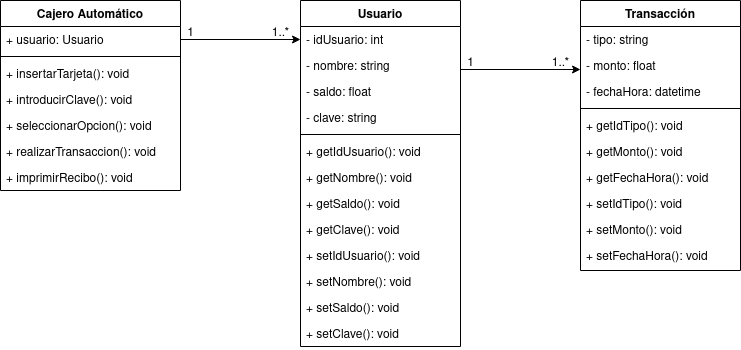
Above: diagramas/tarea6 (cajero automatico)/diagrama_clase_cajero_automatico.png in Chugani05/entorno_de_desarrollo (draw.io), before the change. Source tidied: cells renumbered, new cells last; positions are measured from the earlier drawing's top-left corner, leaving out a move shared by most shapes. Its diagram source:
```xml
<mxGraphModel>
  <root>
    <mxCell id="0" />
    <mxCell id="1" parent="0" />
    <mxCell id="2" value="Cajero Automático" style="swimlane;fontStyle=1;align=center;verticalAlign=top;horizontal=1;startSize=26;rounded=0;shadow=0;strokeWidth=1;" parent="1" vertex="1">
      <mxGeometry width="180" height="190" as="geometry" />
    </mxCell>
    <mxCell id="3" value="+ usuario: Usuario" style="text;align=left;verticalAlign=top;spacingLeft=4;spacingRight=4;overflow=hidden;points=[[0,0.5],[1,0.5]];portConstraint=eastwest;" parent="2" vertex="1">
      <mxGeometry y="26" width="180" height="26" as="geometry" />
    </mxCell>
    <mxCell id="4" style="line;html=1;strokeWidth=1;align=left;verticalAlign=middle;spacingTop=-1;spacingLeft=3;spacingRight=3;labelPosition=right;" parent="2" vertex="1">
      <mxGeometry y="52" width="180" height="8" as="geometry" />
    </mxCell>
    <mxCell id="5" value="+ insertarTarjeta(): void" style="text;align=left;verticalAlign=top;spacingLeft=4;spacingRight=4;overflow=hidden;" parent="2" vertex="1">
      <mxGeometry y="60" width="180" height="26" as="geometry" />
    </mxCell>
    <mxCell id="6" value="+ introducirClave(): void" style="text;align=left;verticalAlign=top;spacingLeft=4;spacingRight=4;overflow=hidden;" parent="2" vertex="1">
      <mxGeometry y="86" width="180" height="26" as="geometry" />
    </mxCell>
    <mxCell id="7" value="+ seleccionarOpcion(): void" style="text;align=left;verticalAlign=top;spacingLeft=4;spacingRight=4;overflow=hidden;" parent="2" vertex="1">
      <mxGeometry y="112" width="180" height="26" as="geometry" />
    </mxCell>
    <mxCell id="8" value="+ realizarTransaccion(): void" style="text;align=left;verticalAlign=top;spacingLeft=4;spacingRight=4;overflow=hidden;" parent="2" vertex="1">
      <mxGeometry y="138" width="180" height="26" as="geometry" />
    </mxCell>
    <mxCell id="9" value="+ imprimirRecibo(): void" style="text;align=left;verticalAlign=top;spacingLeft=4;spacingRight=4;overflow=hidden;" parent="2" vertex="1">
      <mxGeometry y="164" width="180" height="26" as="geometry" />
    </mxCell>
    <mxCell id="10" value="Usuario" style="swimlane;fontStyle=1;align=center;verticalAlign=top;horizontal=1;startSize=26;rounded=0;shadow=0;strokeWidth=1;" parent="1" vertex="1">
      <mxGeometry x="300" width="160" height="346" as="geometry" />
    </mxCell>
    <mxCell id="11" value="- idUsuario: int" style="text;align=left;verticalAlign=top;spacingLeft=4;spacingRight=4;overflow=hidden;points=[[0,0.5],[1,0.5]];portConstraint=eastwest;" parent="10" vertex="1">
      <mxGeometry y="26" width="160" height="26" as="geometry" />
    </mxCell>
    <mxCell id="12" value="- nombre: string" style="text;align=left;verticalAlign=top;spacingLeft=4;spacingRight=4;overflow=hidden;rounded=0;shadow=0;html=0;" parent="10" vertex="1">
      <mxGeometry y="52" width="160" height="26" as="geometry" />
    </mxCell>
    <mxCell id="13" value="- saldo: float" style="text;align=left;verticalAlign=top;spacingLeft=4;spacingRight=4;overflow=hidden;rounded=0;shadow=0;html=0;" parent="10" vertex="1">
      <mxGeometry y="78" width="160" height="26" as="geometry" />
    </mxCell>
    <mxCell id="14" value="- clave: string" style="text;align=left;verticalAlign=top;spacingLeft=4;spacingRight=4;overflow=hidden;" parent="10" vertex="1">
      <mxGeometry y="104" width="160" height="26" as="geometry" />
    </mxCell>
    <mxCell id="15" style="line;html=1;strokeWidth=1;align=left;verticalAlign=middle;spacingTop=-1;spacingLeft=3;spacingRight=3;labelPosition=right;" parent="10" vertex="1">
      <mxGeometry y="130" width="160" height="8" as="geometry" />
    </mxCell>
    <mxCell id="16" value="+ getIdUsuario(): void" style="text;align=left;verticalAlign=top;spacingLeft=4;spacingRight=4;overflow=hidden;" parent="10" vertex="1">
      <mxGeometry y="138" width="160" height="26" as="geometry" />
    </mxCell>
    <mxCell id="17" value="+ getNombre(): void" style="text;align=left;verticalAlign=top;spacingLeft=4;spacingRight=4;overflow=hidden;rounded=0;shadow=0;html=0;" parent="10" vertex="1">
      <mxGeometry y="164" width="160" height="26" as="geometry" />
    </mxCell>
    <mxCell id="18" value="+ getSaldo(): void" style="text;align=left;verticalAlign=top;spacingLeft=4;spacingRight=4;overflow=hidden;" parent="10" vertex="1">
      <mxGeometry y="190" width="160" height="26" as="geometry" />
    </mxCell>
    <mxCell id="19" value="+ getClave(): void" style="text;align=left;verticalAlign=top;spacingLeft=4;spacingRight=4;overflow=hidden;" parent="10" vertex="1">
      <mxGeometry y="216" width="160" height="26" as="geometry" />
    </mxCell>
    <mxCell id="20" value="+ setIdUsuario(): void" style="text;align=left;verticalAlign=top;spacingLeft=4;spacingRight=4;overflow=hidden;rounded=0;shadow=0;html=0;" parent="10" vertex="1">
      <mxGeometry y="242" width="160" height="26" as="geometry" />
    </mxCell>
    <mxCell id="21" value="+ setNombre(): void" style="text;align=left;verticalAlign=top;spacingLeft=4;spacingRight=4;overflow=hidden;" parent="10" vertex="1">
      <mxGeometry y="268" width="160" height="26" as="geometry" />
    </mxCell>
    <mxCell id="22" value="+ setSaldo(): void" style="text;align=left;verticalAlign=top;spacingLeft=4;spacingRight=4;overflow=hidden;" parent="10" vertex="1">
      <mxGeometry y="294" width="160" height="26" as="geometry" />
    </mxCell>
    <mxCell id="23" value="+ setClave(): void" style="text;align=left;verticalAlign=top;spacingLeft=4;spacingRight=4;overflow=hidden;" parent="10" vertex="1">
      <mxGeometry y="320" width="160" height="26" as="geometry" />
    </mxCell>
    <mxCell id="24" style="edgeStyle=orthogonalEdgeStyle;rounded=0;jettySize=auto;html=1;exitX=1;exitY=0.5;exitDx=0;exitDy=0;" parent="1" edge="1" source="3" target="11">
      <mxGeometry relative="1" as="geometry" />
    </mxCell>
    <mxCell id="25" value="1" style="text;html=1;align=center;verticalAlign=middle;strokeColor=none;fillColor=none;" parent="1" vertex="1">
      <mxGeometry x="175" y="18" width="30" height="30" as="geometry" />
    </mxCell>
    <mxCell id="26" value="1..*" style="text;html=1;align=center;verticalAlign=middle;strokeColor=none;fillColor=none;" parent="1" vertex="1">
      <mxGeometry x="260" y="18" width="40" height="30" as="geometry" />
    </mxCell>
    <mxCell id="27" value="Transacción" style="swimlane;fontStyle=1;align=center;verticalAlign=top;horizontal=1;startSize=26;rounded=0;shadow=0;strokeWidth=1;" parent="1" vertex="1">
      <mxGeometry x="580" width="160" height="270" as="geometry" />
    </mxCell>
    <mxCell id="28" value="- tipo: string" style="text;align=left;verticalAlign=top;spacingLeft=4;spacingRight=4;overflow=hidden;rounded=0;shadow=0;html=0;" parent="27" vertex="1">
      <mxGeometry y="26" width="160" height="26" as="geometry" />
    </mxCell>
    <mxCell id="29" value="- monto: float" style="text;align=left;verticalAlign=top;spacingLeft=4;spacingRight=4;overflow=hidden;rounded=0;shadow=0;html=0;" parent="27" vertex="1">
      <mxGeometry y="52" width="160" height="26" as="geometry" />
    </mxCell>
    <mxCell id="30" value="- fechaHora: datetime" style="text;align=left;verticalAlign=top;spacingLeft=4;spacingRight=4;overflow=hidden;" parent="27" vertex="1">
      <mxGeometry y="78" width="160" height="26" as="geometry" />
    </mxCell>
    <mxCell id="31" style="line;html=1;strokeWidth=1;align=left;verticalAlign=middle;spacingTop=-1;spacingLeft=3;spacingRight=3;labelPosition=right;" parent="27" vertex="1">
      <mxGeometry y="104" width="160" height="8" as="geometry" />
    </mxCell>
    <mxCell id="32" value="+ getIdTipo(): void" style="text;align=left;verticalAlign=top;spacingLeft=4;spacingRight=4;overflow=hidden;" parent="27" vertex="1">
      <mxGeometry y="112" width="160" height="26" as="geometry" />
    </mxCell>
    <mxCell id="33" value="+ getMonto(): void" style="text;align=left;verticalAlign=top;spacingLeft=4;spacingRight=4;overflow=hidden;rounded=0;shadow=0;html=0;" parent="27" vertex="1">
      <mxGeometry y="138" width="160" height="26" as="geometry" />
    </mxCell>
    <mxCell id="34" value="+ getFechaHora(): void" style="text;align=left;verticalAlign=top;spacingLeft=4;spacingRight=4;overflow=hidden;" parent="27" vertex="1">
      <mxGeometry y="164" width="160" height="26" as="geometry" />
    </mxCell>
    <mxCell id="35" value="+ setIdTipo(): void" style="text;align=left;verticalAlign=top;spacingLeft=4;spacingRight=4;overflow=hidden;rounded=0;shadow=0;html=0;" parent="27" vertex="1">
      <mxGeometry y="190" width="160" height="26" as="geometry" />
    </mxCell>
    <mxCell id="36" value="+ setMonto(): void" style="text;align=left;verticalAlign=top;spacingLeft=4;spacingRight=4;overflow=hidden;" parent="27" vertex="1">
      <mxGeometry y="216" width="160" height="26" as="geometry" />
    </mxCell>
    <mxCell id="37" value="+ setFechaHora(): void" style="text;align=left;verticalAlign=top;spacingLeft=4;spacingRight=4;overflow=hidden;" parent="27" vertex="1">
      <mxGeometry y="242" width="160" height="26" as="geometry" />
    </mxCell>
    <mxCell id="38" style="edgeStyle=orthogonalEdgeStyle;rounded=0;orthogonalLoop=1;jettySize=auto;html=1;exitX=1;exitY=0.5;exitDx=0;exitDy=0;" parent="1" edge="1">
      <mxGeometry relative="1" as="geometry">
        <mxPoint x="460" y="69" as="sourcePoint" />
        <mxPoint x="580" y="69" as="targetPoint" />
      </mxGeometry>
    </mxCell>
    <mxCell id="39" value="1" style="text;html=1;align=center;verticalAlign=middle;strokeColor=none;fillColor=none;" parent="1" vertex="1">
      <mxGeometry x="455" y="48" width="30" height="30" as="geometry" />
    </mxCell>
    <mxCell id="40" value="1..*" style="text;html=1;align=center;verticalAlign=middle;strokeColor=none;fillColor=none;" parent="1" vertex="1">
      <mxGeometry x="540" y="48" width="40" height="30" as="geometry" />
    </mxCell>
  </root>
</mxGraphModel>
```
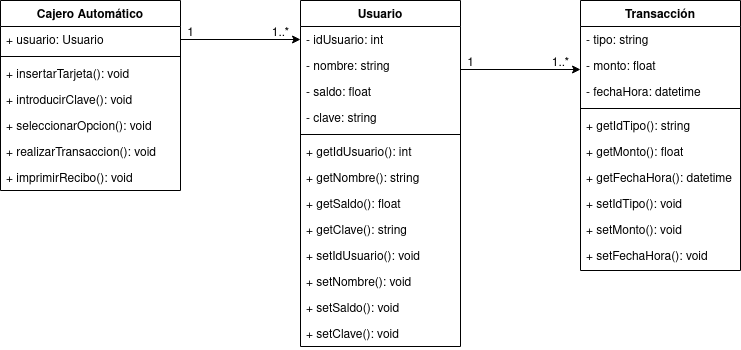
The same file after the commit.

Diff of the diagram source:
```diff
@@ -44,16 +44,16 @@
     <mxCell id="15" style="line;html=1;strokeWidth=1;align=left;verticalAlign=middle;spacingTop=-1;spacingLeft=3;spacingRight=3;labelPosition=right;" parent="10" vertex="1">
       <mxGeometry y="130" width="160" height="8" as="geometry" />
     </mxCell>
-    <mxCell id="16" value="+ getIdUsuario(): void" style="text;align=left;verticalAlign=top;spacingLeft=4;spacingRight=4;overflow=hidden;" parent="10" vertex="1">
+    <mxCell id="16" value="+ getIdUsuario(): int" style="text;align=left;verticalAlign=top;spacingLeft=4;spacingRight=4;overflow=hidden;" parent="10" vertex="1">
       <mxGeometry y="138" width="160" height="26" as="geometry" />
     </mxCell>
-    <mxCell id="17" value="+ getNombre(): void" style="text;align=left;verticalAlign=top;spacingLeft=4;spacingRight=4;overflow=hidden;rounded=0;shadow=0;html=0;" parent="10" vertex="1">
+    <mxCell id="17" value="+ getNombre(): string" style="text;align=left;verticalAlign=top;spacingLeft=4;spacingRight=4;overflow=hidden;rounded=0;shadow=0;html=0;" parent="10" vertex="1">
       <mxGeometry y="164" width="160" height="26" as="geometry" />
     </mxCell>
-    <mxCell id="18" value="+ getSaldo(): void" style="text;align=left;verticalAlign=top;spacingLeft=4;spacingRight=4;overflow=hidden;" parent="10" vertex="1">
+    <mxCell id="18" value="+ getSaldo(): float" style="text;align=left;verticalAlign=top;spacingLeft=4;spacingRight=4;overflow=hidden;" parent="10" vertex="1">
       <mxGeometry y="190" width="160" height="26" as="geometry" />
     </mxCell>
-    <mxCell id="19" value="+ getClave(): void" style="text;align=left;verticalAlign=top;spacingLeft=4;spacingRight=4;overflow=hidden;" parent="10" vertex="1">
+    <mxCell id="19" value="+ getClave(): string" style="text;align=left;verticalAlign=top;spacingLeft=4;spacingRight=4;overflow=hidden;" parent="10" vertex="1">
       <mxGeometry y="216" width="160" height="26" as="geometry" />
     </mxCell>
     <mxCell id="20" value="+ setIdUsuario(): void" style="text;align=left;verticalAlign=top;spacingLeft=4;spacingRight=4;overflow=hidden;rounded=0;shadow=0;html=0;" parent="10" vertex="1">
@@ -92,13 +92,13 @@
     <mxCell id="31" style="line;html=1;strokeWidth=1;align=left;verticalAlign=middle;spacingTop=-1;spacingLeft=3;spacingRight=3;labelPosition=right;" parent="27" vertex="1">
       <mxGeometry y="104" width="160" height="8" as="geometry" />
     </mxCell>
-    <mxCell id="32" value="+ getIdTipo(): void" style="text;align=left;verticalAlign=top;spacingLeft=4;spacingRight=4;overflow=hidden;" parent="27" vertex="1">
+    <mxCell id="32" value="+ getIdTipo(): string" style="text;align=left;verticalAlign=top;spacingLeft=4;spacingRight=4;overflow=hidden;" parent="27" vertex="1">
       <mxGeometry y="112" width="160" height="26" as="geometry" />
     </mxCell>
-    <mxCell id="33" value="+ getMonto(): void" style="text;align=left;verticalAlign=top;spacingLeft=4;spacingRight=4;overflow=hidden;rounded=0;shadow=0;html=0;" parent="27" vertex="1">
+    <mxCell id="33" value="+ getMonto(): float" style="text;align=left;verticalAlign=top;spacingLeft=4;spacingRight=4;overflow=hidden;rounded=0;shadow=0;html=0;" parent="27" vertex="1">
       <mxGeometry y="138" width="160" height="26" as="geometry" />
     </mxCell>
-    <mxCell id="34" value="+ getFechaHora(): void" style="text;align=left;verticalAlign=top;spacingLeft=4;spacingRight=4;overflow=hidden;" parent="27" vertex="1">
+    <mxCell id="34" value="+ getFechaHora(): datetime" style="text;align=left;verticalAlign=top;spacingLeft=4;spacingRight=4;overflow=hidden;" parent="27" vertex="1">
       <mxGeometry y="164" width="160" height="26" as="geometry" />
     </mxCell>
     <mxCell id="35" value="+ setIdTipo(): void" style="text;align=left;verticalAlign=top;spacingLeft=4;spacingRight=4;overflow=hidden;rounded=0;shadow=0;html=0;" parent="27" vertex="1">
```
